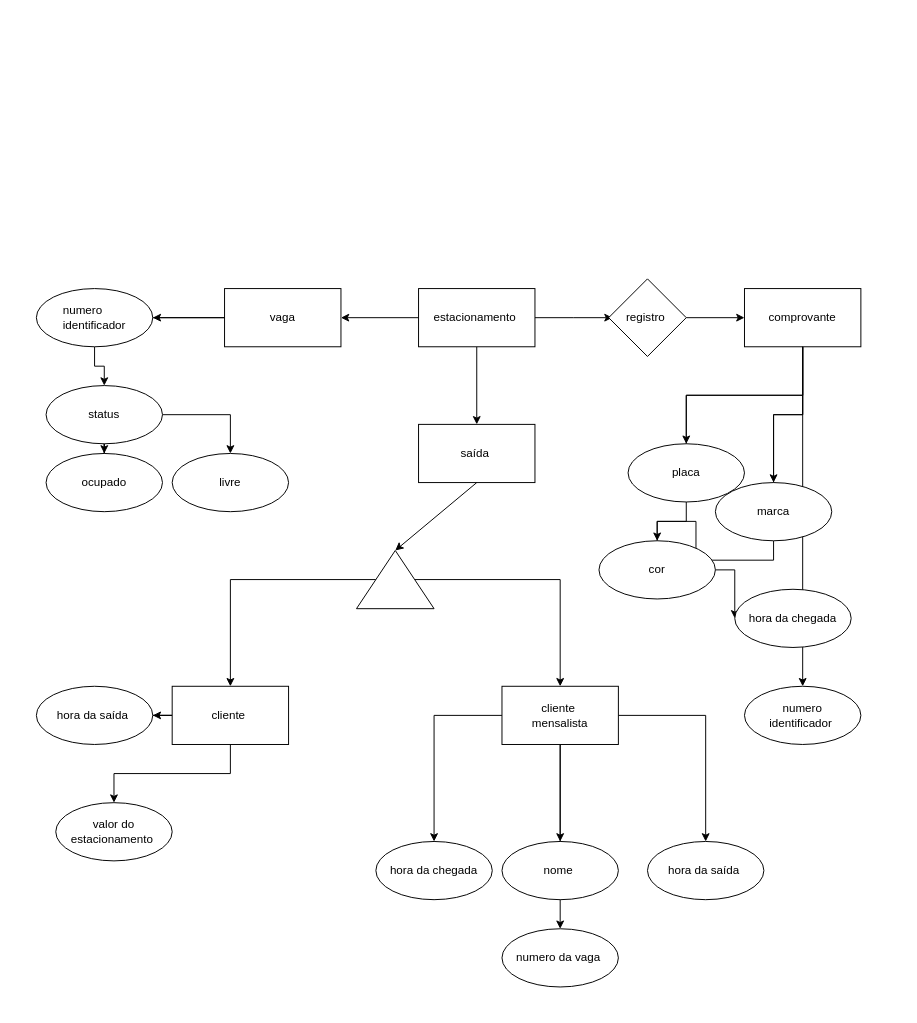
Above: Diagrama sem nome.drawio in martinsvinicius2/mdc053 (draw.io), before the change. Source tidied: cells renumbered, new cells numbered last; positions are measured from the earlier drawing's top-left corner, leaving out a move shared by most shapes. Both pictures are drawn from the tidied source at 97%, with x=0, y=0 at pixel (36, 278).
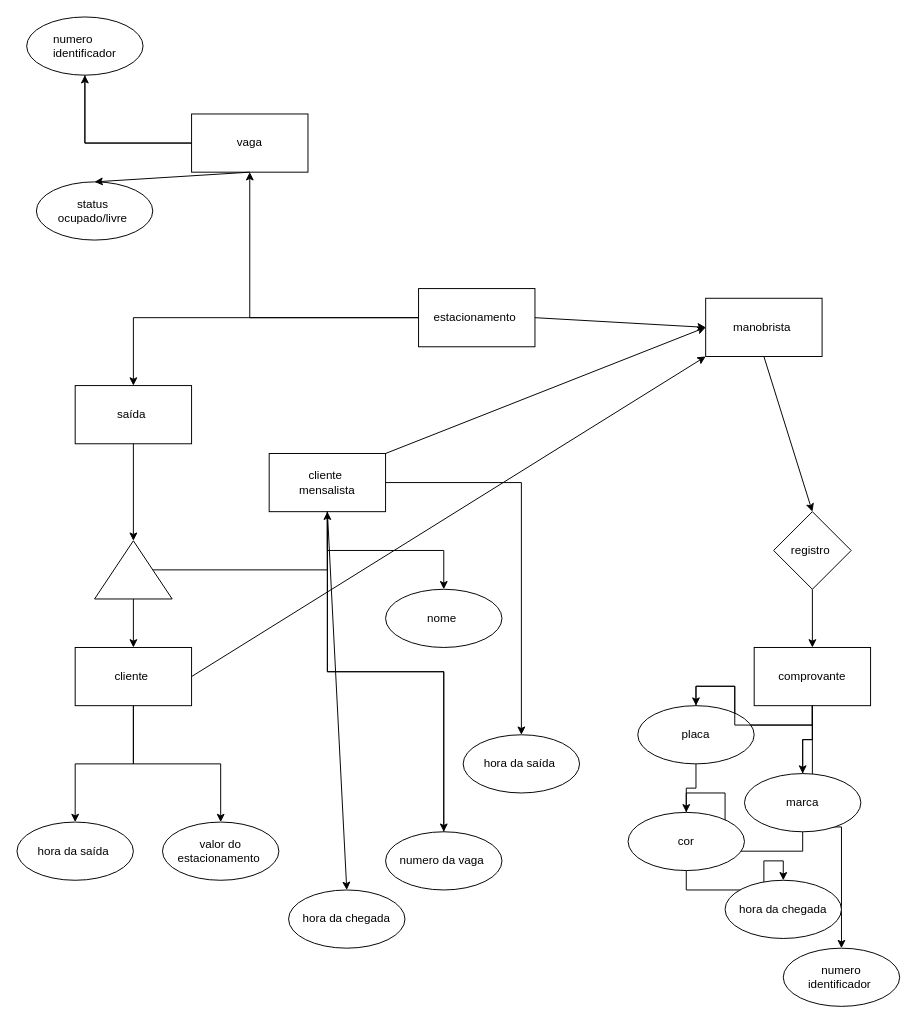
After the change.

Unchanged cells that the change refers to:
```xml
<mxCell id="5" value="estacionamento&amp;nbsp;" style="rounded=0;whiteSpace=wrap;html=1;" parent="1" vertex="1">
  <mxGeometry x="394" y="10" width="120" height="60" as="geometry" />
</mxCell>
```

What changed in the source:
```diff
@@
-    <mxCell id="3" style="edgeStyle=orthogonalEdgeStyle;rounded=0;jettySize=auto;html=1;" parent="1" edge="1" source="5">
-      <mxGeometry relative="1" as="geometry">
-        <mxPoint x="594" y="40" as="targetPoint" />
-      </mxGeometry>
-    </mxCell>
@@
-    <mxCell id="7" style="edgeStyle=orthogonalEdgeStyle;rounded=0;jettySize=auto;html=1;startArrow=none;" parent="1" edge="1" source="12" target="11">
-      <mxGeometry relative="1" as="geometry" />
-    </mxCell>
     <mxCell id="8" value="vaga" style="whiteSpace=wrap;html=1;rounded=0;" parent="1" vertex="1">
-      <mxGeometry x="194" y="10" width="120" height="60" as="geometry" />
+      <mxGeometry x="160" y="-170" width="120" height="60" as="geometry" />
     </mxCell>
-    <mxCell id="9" style="edgeStyle=orthogonalEdgeStyle;rounded=0;jettySize=auto;html=1;" parent="1" edge="1" source="11" target="14">
-      <mxGeometry relative="1" as="geometry" />
-    </mxCell>
-    <mxCell id="10" style="edgeStyle=orthogonalEdgeStyle;rounded=0;jettySize=auto;html=1;" parent="1" edge="1" source="11" target="15">
-      <mxGeometry relative="1" as="geometry" />
-    </mxCell>
-    <mxCell id="11" value="status" style="ellipse;whiteSpace=wrap;html=1;rounded=0;" parent="1" vertex="1">
-      <mxGeometry x="10" y="110" width="120" height="60" as="geometry" />
+    <mxCell id="11" value="status&amp;nbsp;&lt;br&gt;ocupado/livre&amp;nbsp;" style="ellipse;whiteSpace=wrap;html=1;rounded=0;" parent="1" vertex="1">
+      <mxGeometry y="-100" width="120" height="60" as="geometry" />
     </mxCell>
     <mxCell id="12" value="&lt;div style=&quot;text-align: left;&quot;&gt;numero&amp;nbsp;&lt;/div&gt;&lt;div style=&quot;text-align: left;&quot;&gt;identificador&lt;/div&gt;" style="ellipse;whiteSpace=wrap;html=1;rounded=0;" parent="1" vertex="1">
-      <mxGeometry y="10" width="120" height="60" as="geometry" />
+      <mxGeometry x="-10" y="-270" width="120" height="60" as="geometry" />
     </mxCell>
@@
-    <mxCell id="14" value="ocupado" style="ellipse;whiteSpace=wrap;html=1;rounded=0;" parent="1" vertex="1">
-      <mxGeometry x="10" y="180" width="120" height="60" as="geometry" />
-    </mxCell>
-    <mxCell id="15" value="livre" style="ellipse;whiteSpace=wrap;html=1;rounded=0;" parent="1" vertex="1">
-      <mxGeometry x="140" y="180" width="120" height="60" as="geometry" />
-    </mxCell>
@@
     <mxCell id="17" value="registro&amp;nbsp;" style="rhombus;whiteSpace=wrap;html=1;" parent="1" vertex="1">
-      <mxGeometry x="590" width="80" height="80" as="geometry" />
+      <mxGeometry x="760" y="240" width="80" height="80" as="geometry" />
     </mxCell>
@@
     <mxCell id="23" value="comprovante" style="whiteSpace=wrap;html=1;" parent="1" vertex="1">
-      <mxGeometry x="730" y="10" width="120" height="60" as="geometry" />
+      <mxGeometry x="740" y="380" width="120" height="60" as="geometry" />
     </mxCell>
     <mxCell id="24" value="hora da chegada" style="ellipse;whiteSpace=wrap;html=1;" parent="1" vertex="1">
-      <mxGeometry x="720" y="320" width="120" height="60" as="geometry" />
+      <mxGeometry x="710" y="620" width="120" height="60" as="geometry" />
     </mxCell>
     <mxCell id="25" value="marca" style="ellipse;whiteSpace=wrap;html=1;" parent="1" vertex="1">
-      <mxGeometry x="700" y="210" width="120" height="60" as="geometry" />
+      <mxGeometry x="730" y="510" width="120" height="60" as="geometry" />
     </mxCell>
@@
     <mxCell id="27" value="cor" style="ellipse;whiteSpace=wrap;html=1;" parent="1" vertex="1">
-      <mxGeometry x="580" y="270" width="120" height="60" as="geometry" />
+      <mxGeometry x="610" y="550" width="120" height="60" as="geometry" />
     </mxCell>
@@
     <mxCell id="29" value="numero &lt;br&gt;identificador&amp;nbsp;" style="ellipse;whiteSpace=wrap;html=1;" parent="1" vertex="1">
-      <mxGeometry x="730" y="420" width="120" height="60" as="geometry" />
+      <mxGeometry x="770" y="690" width="120" height="60" as="geometry" />
     </mxCell>
     <mxCell id="30" value="placa" style="ellipse;whiteSpace=wrap;html=1;" parent="1" vertex="1">
-      <mxGeometry x="610" y="170" width="120" height="60" as="geometry" />
+      <mxGeometry x="620" y="440" width="120" height="60" as="geometry" />
     </mxCell>
@@
     <mxCell id="32" value="saída&amp;nbsp;" style="whiteSpace=wrap;html=1;rounded=0;" parent="1" vertex="1">
-      <mxGeometry x="394" y="150" width="120" height="60" as="geometry" />
+      <mxGeometry x="40" y="110" width="120" height="60" as="geometry" />
     </mxCell>
@@
     <mxCell id="35" style="triangle;whiteSpace=wrap;html=1;direction=north;" parent="1" vertex="1">
-      <mxGeometry x="330" y="280" width="80" height="60" as="geometry" />
+      <mxGeometry x="60" y="270" width="80" height="60" as="geometry" />
     </mxCell>
@@
     <mxCell id="39" value="cliente&amp;nbsp;" style="whiteSpace=wrap;html=1;" parent="1" vertex="1">
-      <mxGeometry x="140" y="420" width="120" height="60" as="geometry" />
+      <mxGeometry x="40" y="380" width="120" height="60" as="geometry" />
     </mxCell>
-    <mxCell id="40" style="edgeStyle=orthogonalEdgeStyle;rounded=0;jettySize=auto;html=1;" parent="1" edge="1" source="44" target="47">
-      <mxGeometry relative="1" as="geometry" />
-    </mxCell>
@@
     <mxCell id="44" value="cliente&amp;nbsp;&lt;br&gt;mensalista" style="whiteSpace=wrap;html=1;" parent="1" vertex="1">
-      <mxGeometry x="480" y="420" width="120" height="60" as="geometry" />
+      <mxGeometry x="240" y="180" width="120" height="60" as="geometry" />
     </mxCell>
     <mxCell id="45" value="valor do estacionamento&amp;nbsp;" style="ellipse;whiteSpace=wrap;html=1;" parent="1" vertex="1">
-      <mxGeometry x="20" y="540" width="120" height="60" as="geometry" />
+      <mxGeometry x="130" y="560" width="120" height="60" as="geometry" />
     </mxCell>
     <mxCell id="46" value="hora da saída&amp;nbsp;" style="ellipse;whiteSpace=wrap;html=1;" parent="1" vertex="1">
-      <mxGeometry y="420" width="120" height="60" as="geometry" />
+      <mxGeometry x="-20" y="560" width="120" height="60" as="geometry" />
     </mxCell>
     <mxCell id="47" value="hora da chegada" style="ellipse;whiteSpace=wrap;html=1;" parent="1" vertex="1">
-      <mxGeometry x="350" y="580" width="120" height="60" as="geometry" />
+      <mxGeometry x="260" y="630" width="120" height="60" as="geometry" />
     </mxCell>
     <mxCell id="48" value="hora da saída&amp;nbsp;" style="ellipse;whiteSpace=wrap;html=1;" parent="1" vertex="1">
-      <mxGeometry x="630" y="580" width="120" height="60" as="geometry" />
+      <mxGeometry x="440" y="470" width="120" height="60" as="geometry" />
     </mxCell>
     <mxCell id="49" value="nome&amp;nbsp;" style="ellipse;whiteSpace=wrap;html=1;" parent="1" vertex="1">
-      <mxGeometry x="480" y="580" width="120" height="60" as="geometry" />
+      <mxGeometry x="360" y="320" width="120" height="60" as="geometry" />
     </mxCell>
+    <mxCell id="51" style="endArrow=classic;html=1;rounded=0;exitX=0.5;exitY=1;exitDx=0;exitDy=0;entryX=0.5;entryY=0;entryDx=0;entryDy=0;" parent="1" edge="1" source="8" target="11">
+      <mxGeometry relative="1" as="geometry" />
+    </mxCell>
+    <mxCell id="52" value="manobrista&amp;nbsp;" style="rounded=0;whiteSpace=wrap;html=1;" parent="1" vertex="1">
+      <mxGeometry x="690" y="20" width="120" height="60" as="geometry" />
+    </mxCell>
+    <mxCell id="53" style="endArrow=classic;html=1;rounded=0;exitX=1;exitY=0.5;exitDx=0;exitDy=0;entryX=0;entryY=1;entryDx=0;entryDy=0;" parent="1" edge="1" source="39" target="52">
+      <mxGeometry relative="1" as="geometry" />
+    </mxCell>
+    <mxCell id="54" style="endArrow=classic;html=1;rounded=0;entryX=0;entryY=0.5;entryDx=0;entryDy=0;exitX=1;exitY=0;exitDx=0;exitDy=0;" parent="1" edge="1" source="44" target="52">
+      <mxGeometry relative="1" as="geometry" />
+    </mxCell>
     <mxCell id="50" value="numero da vaga&amp;nbsp;" style="ellipse;whiteSpace=wrap;html=1;" parent="1" vertex="1">
-      <mxGeometry x="480" y="670" width="120" height="60" as="geometry" />
+      <mxGeometry x="360" y="570" width="120" height="60" as="geometry" />
     </mxCell>
+    <mxCell id="55" style="edgeStyle=orthogonalEdgeStyle;rounded=0;jettySize=auto;html=1;endArrow=none;" parent="1" edge="1" source="44" target="50">
+      <mxGeometry relative="1" as="geometry" />
+    </mxCell>
+    <mxCell id="40" style="endArrow=classic;html=1;rounded=0;exitX=0.5;exitY=1;exitDx=0;exitDy=0;entryX=0.5;entryY=0;entryDx=0;entryDy=0;" parent="1" edge="1" source="44" target="47">
+      <mxGeometry relative="1" as="geometry" />
+    </mxCell>
+    <mxCell id="56" style="endArrow=classic;html=1;rounded=0;exitX=0.5;exitY=1;exitDx=0;exitDy=0;entryX=0.5;entryY=0;entryDx=0;entryDy=0;" parent="1" edge="1" source="52" target="17">
+      <mxGeometry relative="1" as="geometry" />
+    </mxCell>
+    <mxCell id="57" style="endArrow=classic;html=1;rounded=0;exitX=1;exitY=0.5;exitDx=0;exitDy=0;entryX=0;entryY=0.5;entryDx=0;entryDy=0;" parent="1" edge="1" source="5" target="52">
+      <mxGeometry relative="1" as="geometry" />
+    </mxCell>
```
